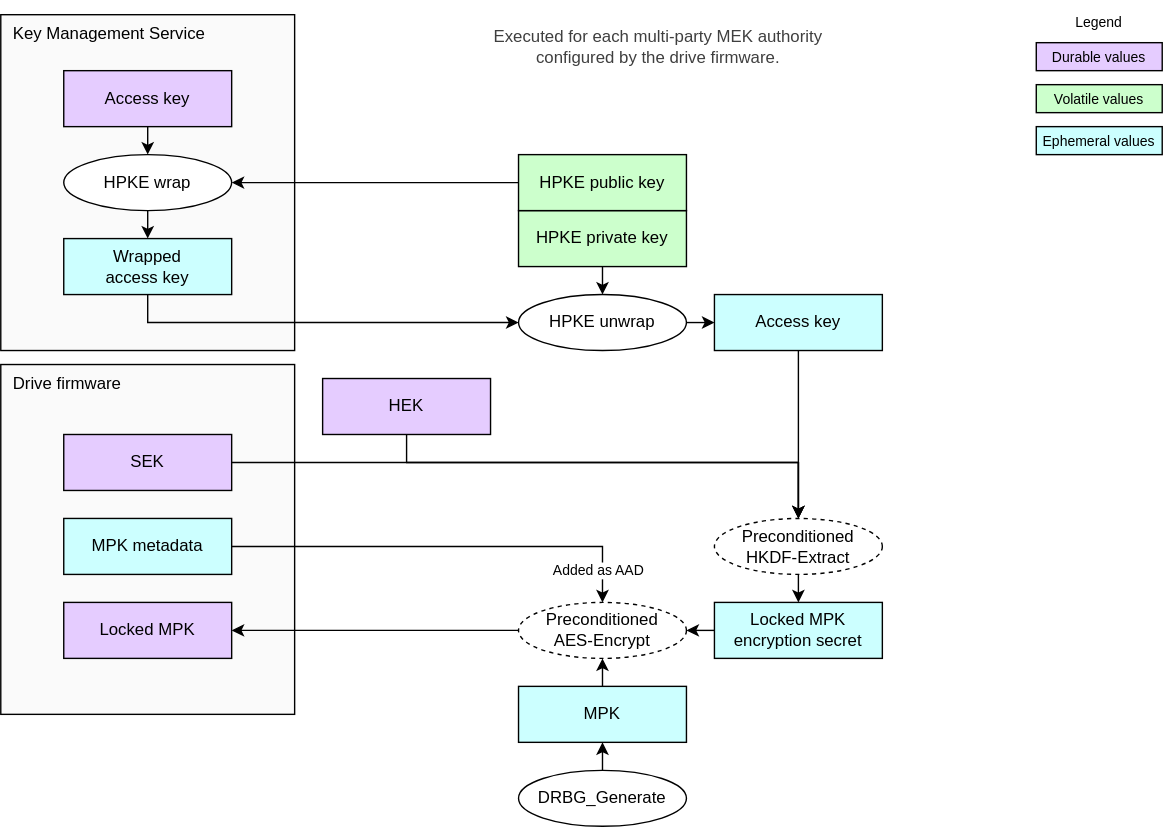
Above: doc/ocp_lock/diagrams/mpk_generate.drawio.svg in chipsalliance/Caliptra (draw.io), before the change. Source tidied: cells renumbered, new cells last; positions are measured from the earlier drawing's top-left corner, leaving out a move shared by most shapes.
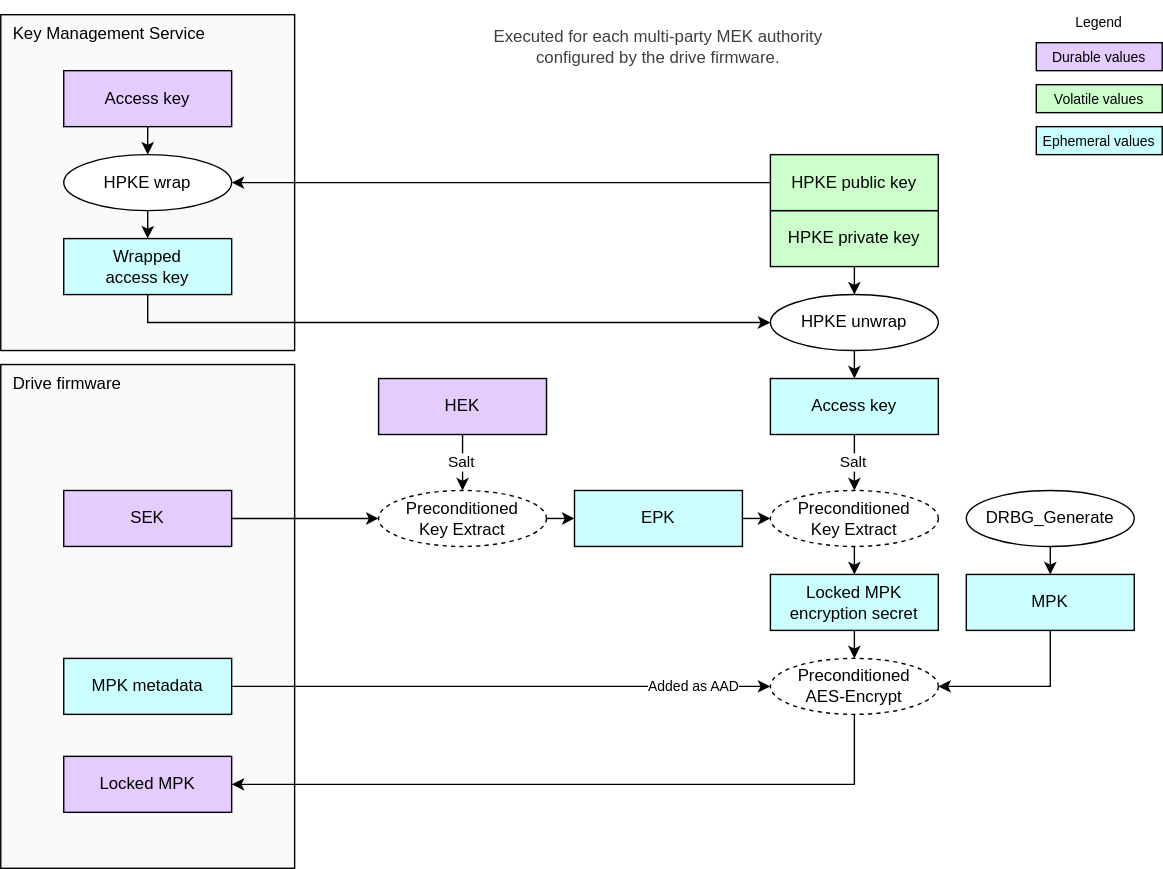
After the commit.

Change to the diagram source:
```diff
@@ -3,67 +3,54 @@
     <mxCell id="0" />
     <mxCell id="1" parent="0" />
     <mxCell id="2" value="Drive firmware" style="rounded=0;whiteSpace=wrap;html=1;fillColor=#FAFAFA;strokeColor=#000000;align=left;verticalAlign=top;spacingLeft=7;" parent="1" vertex="1">
-      <mxGeometry y="260" width="210" height="250" as="geometry" />
+      <mxGeometry y="260" width="210" height="360" as="geometry" />
     </mxCell>
     <mxCell id="3" value="Key Management Service" style="rounded=0;whiteSpace=wrap;html=1;fillColor=#FAFAFA;strokeColor=#000000;align=left;verticalAlign=top;spacingLeft=7;" parent="1" vertex="1">
       <mxGeometry y="10" width="210" height="240" as="geometry" />
     </mxCell>
     <mxCell id="4" value="&lt;div&gt;&lt;font color=&quot;#000000&quot;&gt;Locked MPK&lt;/font&gt;&lt;/div&gt;" style="rounded=0;whiteSpace=wrap;html=1;align=center;verticalAlign=middle;shadow=0;glass=0;spacingLeft=0;spacingBottom=0;spacingTop=0;fillColor=#E5CCFF;" parent="1" vertex="1">
-      <mxGeometry x="45" y="430" width="120" height="40" as="geometry" />
+      <mxGeometry x="45" y="540" width="120" height="40" as="geometry" />
     </mxCell>
+    <mxCell id="41" style="edgeStyle=none;html=1;entryX=0.5;entryY=0;entryDx=0;entryDy=0;exitX=0.5;exitY=1;exitDx=0;exitDy=0;" parent="1" edge="1" source="5" target="45">
+      <mxGeometry relative="1" as="geometry" />
+    </mxCell>
+    <mxCell id="42" value="Salt" style="edgeLabel;html=1;align=center;verticalAlign=middle;" parent="41" vertex="1">
+      <mxGeometry x="-0.05" y="-2" relative="1" as="geometry" />
+    </mxCell>
     <mxCell id="5" value="&lt;div&gt;&lt;font color=&quot;#000000&quot;&gt;HEK&lt;/font&gt;&lt;/div&gt;" style="rounded=0;whiteSpace=wrap;html=1;align=center;verticalAlign=middle;shadow=0;glass=0;spacingLeft=0;spacingBottom=0;spacingTop=0;fillColor=#E5CCFF;" parent="1" vertex="1">
-      <mxGeometry x="230" y="270" width="120" height="40" as="geometry" />
+      <mxGeometry x="270" y="270" width="120" height="40" as="geometry" />
     </mxCell>
-    <mxCell id="6" style="edgeStyle=none;html=1;exitX=0;exitY=0.5;exitDx=0;exitDy=0;entryX=1;entryY=0.5;entryDx=0;entryDy=0;" parent="1" edge="1" source="7" target="10">
+    <mxCell id="6" style="edgeStyle=none;html=1;exitX=0.5;exitY=1;exitDx=0;exitDy=0;entryX=0.5;entryY=0;entryDx=0;entryDy=0;" parent="1" edge="1" source="7" target="10">
       <mxGeometry relative="1" as="geometry" />
     </mxCell>
     <mxCell id="7" value="&lt;div&gt;&lt;font color=&quot;#000000&quot;&gt;Locked MPK encryption secret&lt;/font&gt;&lt;/div&gt;" style="rounded=0;whiteSpace=wrap;html=1;align=center;verticalAlign=middle;shadow=0;glass=0;spacingLeft=0;spacingBottom=0;spacingTop=0;fillColor=#CCFFFF;" parent="1" vertex="1">
-      <mxGeometry x="510" y="430" width="120" height="40" as="geometry" />
+      <mxGeometry x="550" y="410" width="120" height="40" as="geometry" />
     </mxCell>
     <mxCell id="8" value="&lt;div&gt;&lt;font color=&quot;#000000&quot;&gt;Access key&lt;/font&gt;&lt;/div&gt;" style="rounded=0;whiteSpace=wrap;html=1;align=center;verticalAlign=middle;shadow=0;glass=0;spacingLeft=0;spacingBottom=0;spacingTop=0;fillColor=#CCFFFF;" parent="1" vertex="1">
-      <mxGeometry x="510" y="210" width="120" height="40" as="geometry" />
+      <mxGeometry x="550" y="270" width="120" height="40" as="geometry" />
     </mxCell>
-    <mxCell id="9" value="Preconditioned&lt;div&gt;HKDF-Extract&lt;/div&gt;" style="ellipse;whiteSpace=wrap;html=1;fillColor=#FFFFFF;dashed=1;" parent="1" vertex="1">
-      <mxGeometry x="510" y="370" width="120" height="40" as="geometry" />
-    </mxCell>
     <mxCell id="10" value="Preconditioned&lt;div&gt;AES-Encrypt&lt;/div&gt;" style="ellipse;whiteSpace=wrap;html=1;fillColor=#FFFFFF;dashed=1;" parent="1" vertex="1">
-      <mxGeometry x="370" y="430" width="120" height="40" as="geometry" />
+      <mxGeometry x="550" y="470" width="120" height="40" as="geometry" />
     </mxCell>
-    <mxCell id="11" style="endArrow=none;html=1;exitX=1;exitY=0.5;exitDx=0;exitDy=0;entryX=0;entryY=0.5;entryDx=0;entryDy=0;startArrow=classic;startFill=1;endFill=0;endSize=6;startSize=6;" parent="1" edge="1" source="4" target="10">
+    <mxCell id="11" style="endArrow=none;html=1;exitX=1;exitY=0.5;exitDx=0;exitDy=0;entryX=0.5;entryY=1;entryDx=0;entryDy=0;startArrow=classic;startFill=1;endFill=0;endSize=6;startSize=6;rounded=0;edgeStyle=orthogonalEdgeStyle;" parent="1" edge="1" source="4" target="10">
       <mxGeometry relative="1" as="geometry" />
     </mxCell>
-    <mxCell id="12" style="endArrow=classic;html=1;exitX=0.5;exitY=1;exitDx=0;exitDy=0;endSize=6;startSize=6;edgeStyle=orthogonalEdgeStyle;rounded=0;curved=0;entryX=0.5;entryY=0;entryDx=0;entryDy=0;" parent="1" edge="1" source="8" target="9">
-      <mxGeometry relative="1" as="geometry">
-        <Array as="points">
-          <mxPoint x="570" y="350" />
-          <mxPoint x="570" y="350" />
-        </Array>
-      </mxGeometry>
-    </mxCell>
-    <mxCell id="13" style="endArrow=classic;html=1;exitX=0.5;exitY=1;exitDx=0;exitDy=0;entryX=0.5;entryY=0;entryDx=0;entryDy=0;endSize=6;startSize=6;" parent="1" edge="1" source="9" target="7">
+    <mxCell id="13" style="endArrow=classic;html=1;exitX=0.5;exitY=1;exitDx=0;exitDy=0;entryX=0.5;entryY=0;entryDx=0;entryDy=0;endSize=6;startSize=6;" parent="1" edge="1" source="48" target="7">
       <mxGeometry relative="1" as="geometry" />
     </mxCell>
     <mxCell id="14" value="&lt;div&gt;&lt;font color=&quot;#000000&quot;&gt;MPK&lt;/font&gt;&lt;/div&gt;" style="rounded=0;whiteSpace=wrap;html=1;align=center;verticalAlign=middle;shadow=0;glass=0;spacingLeft=0;spacingBottom=0;spacingTop=0;fillColor=#CCFFFF;" parent="1" vertex="1">
-      <mxGeometry x="370" y="490" width="120" height="40" as="geometry" />
+      <mxGeometry x="690" y="410" width="120" height="40" as="geometry" />
     </mxCell>
-    <mxCell id="15" style="endArrow=none;html=1;exitX=0.5;exitY=1;exitDx=0;exitDy=0;entryX=0.5;entryY=0;entryDx=0;entryDy=0;startArrow=classic;startFill=1;endFill=0;endSize=6;startSize=6;" parent="1" edge="1" source="10" target="14">
+    <mxCell id="15" style="endArrow=none;html=1;exitX=1;exitY=0.5;exitDx=0;exitDy=0;entryX=0.5;entryY=1;entryDx=0;entryDy=0;startArrow=classic;startFill=1;endFill=0;endSize=6;startSize=6;rounded=0;edgeStyle=orthogonalEdgeStyle;" parent="1" edge="1" source="10" target="14">
       <mxGeometry relative="1" as="geometry" />
     </mxCell>
-    <mxCell id="16" style="edgeStyle=segmentEdgeStyle;endArrow=classic;html=1;curved=0;rounded=0;endSize=6;startSize=6;exitX=0.5;exitY=1;exitDx=0;exitDy=0;entryX=0.5;entryY=0;entryDx=0;entryDy=0;" parent="1" edge="1" source="5" target="9">
-      <mxGeometry relative="1" as="geometry">
-        <Array as="points">
-          <mxPoint x="290" y="330" />
-          <mxPoint x="570" y="330" />
-        </Array>
-      </mxGeometry>
-    </mxCell>
     <mxCell id="17" value="&lt;div&gt;&lt;font color=&quot;#000000&quot;&gt;HPKE private key&lt;/font&gt;&lt;/div&gt;" style="rounded=0;whiteSpace=wrap;html=1;align=center;verticalAlign=middle;shadow=0;glass=0;spacingLeft=0;spacingBottom=0;spacingTop=0;fillColor=#CCFFCC;" parent="1" vertex="1">
-      <mxGeometry x="370" y="150" width="120" height="40" as="geometry" />
+      <mxGeometry x="550" y="150" width="120" height="40" as="geometry" />
     </mxCell>
     <mxCell id="18" value="HPKE unwrap" style="ellipse;whiteSpace=wrap;html=1;fillColor=#FFFFFF;" parent="1" vertex="1">
-      <mxGeometry x="370" y="210" width="120" height="40" as="geometry" />
+      <mxGeometry x="550" y="210" width="120" height="40" as="geometry" />
     </mxCell>
-    <mxCell id="19" style="endArrow=classic;html=1;exitX=1;exitY=0.5;exitDx=0;exitDy=0;endSize=6;startSize=6;" parent="1" edge="1" source="18" target="8">
+    <mxCell id="19" style="endArrow=classic;html=1;exitX=0.5;exitY=1;exitDx=0;exitDy=0;endSize=6;startSize=6;" parent="1" edge="1" source="18" target="8">
       <mxGeometry relative="1" as="geometry" />
     </mxCell>
     <mxCell id="20" value="&lt;div&gt;&lt;font color=&quot;#000000&quot;&gt;Wrapped&lt;/font&gt;&lt;/div&gt;&lt;div&gt;&lt;font color=&quot;#000000&quot;&gt;access key&lt;/font&gt;&lt;/div&gt;" style="rounded=0;whiteSpace=wrap;html=1;align=center;verticalAlign=middle;shadow=0;glass=0;spacingLeft=0;spacingBottom=0;spacingTop=0;fillColor=#CCFFFF;" parent="1" vertex="1">
@@ -73,7 +60,7 @@
       <mxGeometry x="45" y="110" width="120" height="40" as="geometry" />
     </mxCell>
     <mxCell id="22" value="&lt;div&gt;&lt;font color=&quot;#000000&quot;&gt;HPKE public key&lt;/font&gt;&lt;/div&gt;" style="rounded=0;whiteSpace=wrap;html=1;align=center;verticalAlign=middle;shadow=0;glass=0;spacingLeft=0;spacingBottom=0;spacingTop=0;fillColor=#CCFFCC;" parent="1" vertex="1">
-      <mxGeometry x="370" y="110" width="120" height="40" as="geometry" />
+      <mxGeometry x="550" y="110" width="120" height="40" as="geometry" />
     </mxCell>
     <mxCell id="23" style="endArrow=classic;html=1;rounded=0;endSize=6;startSize=6;exitX=0;exitY=0.5;exitDx=0;exitDy=0;entryX=1;entryY=0.5;entryDx=0;entryDy=0;" parent="1" edge="1" source="22" target="21">
       <mxGeometry relative="1" as="geometry" />
@@ -100,11 +87,11 @@
     <mxCell id="29" value="Legend" style="text;strokeColor=none;align=center;fillColor=none;html=1;verticalAlign=middle;whiteSpace=wrap;rounded=0;fontSize=10;" parent="1" vertex="1">
       <mxGeometry x="755" width="60" height="30" as="geometry" />
     </mxCell>
-    <mxCell id="30" style="edgeStyle=none;html=1;entryX=0.5;entryY=1;entryDx=0;entryDy=0;exitX=0.5;exitY=0;exitDx=0;exitDy=0;" parent="1" edge="1" source="31" target="14">
+    <mxCell id="30" style="edgeStyle=none;html=1;entryX=0.5;entryY=0;entryDx=0;entryDy=0;exitX=0.5;exitY=1;exitDx=0;exitDy=0;" parent="1" edge="1" source="31" target="14">
       <mxGeometry relative="1" as="geometry" />
     </mxCell>
     <mxCell id="31" value="DRBG_Generate" style="ellipse;whiteSpace=wrap;html=1;fillColor=#FFFFFF;" parent="1" vertex="1">
-      <mxGeometry x="370" y="550" width="120" height="40" as="geometry" />
+      <mxGeometry x="690" y="350" width="120" height="40" as="geometry" />
     </mxCell>
     <mxCell id="32" value="&lt;div&gt;&lt;font color=&quot;#000000&quot;&gt;Volatile values&lt;/font&gt;&lt;/div&gt;" style="rounded=0;whiteSpace=wrap;html=1;align=center;verticalAlign=middle;shadow=0;glass=0;spacingLeft=0;spacingBottom=0;spacingTop=0;fillColor=#CCFFCC;fontSize=10;" parent="1" vertex="1">
       <mxGeometry x="740" y="60" width="90" height="20" as="geometry" />
@@ -118,26 +105,43 @@
     <mxCell id="35" value="&lt;div style=&quot;color: rgb(63, 63, 63);&quot;&gt;Executed&lt;span style=&quot;background-color: transparent;&quot;&gt;&amp;nbsp;for&amp;nbsp;&lt;/span&gt;&lt;span style=&quot;background-color: transparent;&quot;&gt;each multi-party MEK authority configured by the drive firmware.&lt;/span&gt;&lt;/div&gt;" style="text;strokeColor=none;align=center;fillColor=none;html=1;verticalAlign=middle;whiteSpace=wrap;rounded=0;" parent="1" vertex="1">
       <mxGeometry x="340" y="10" width="260" height="45" as="geometry" />
     </mxCell>
+    <mxCell id="43" style="edgeStyle=none;html=1;exitX=1;exitY=0.5;exitDx=0;exitDy=0;entryX=0;entryY=0.5;entryDx=0;entryDy=0;" parent="1" edge="1" source="36" target="45">
+      <mxGeometry relative="1" as="geometry" />
+    </mxCell>
     <mxCell id="36" value="&lt;div&gt;&lt;font color=&quot;#000000&quot;&gt;SEK&lt;/font&gt;&lt;/div&gt;" style="rounded=0;whiteSpace=wrap;html=1;align=center;verticalAlign=middle;shadow=0;glass=0;spacingLeft=0;spacingBottom=0;spacingTop=0;fillColor=#E5CCFF;" parent="1" vertex="1">
-      <mxGeometry x="45" y="310" width="120" height="40" as="geometry" />
+      <mxGeometry x="45" y="350" width="120" height="40" as="geometry" />
     </mxCell>
-    <mxCell id="37" style="edgeStyle=orthogonalEdgeStyle;endArrow=classic;html=1;rounded=0;endSize=6;startSize=6;exitX=1;exitY=0.5;exitDx=0;exitDy=0;entryX=0.5;entryY=0;entryDx=0;entryDy=0;" parent="1" edge="1" source="36" target="9">
-      <mxGeometry relative="1" as="geometry">
-        <Array as="points">
-          <mxPoint x="570" y="330" />
-        </Array>
-      </mxGeometry>
-    </mxCell>
-    <mxCell id="38" style="edgeStyle=orthogonalEdgeStyle;html=1;exitX=1;exitY=0.5;exitDx=0;exitDy=0;entryX=0.5;entryY=0;entryDx=0;entryDy=0;rounded=0;" parent="1" edge="1" source="40" target="10">
+    <mxCell id="38" style="edgeStyle=orthogonalEdgeStyle;html=1;exitX=1;exitY=0.5;exitDx=0;exitDy=0;entryX=0;entryY=0.5;entryDx=0;entryDy=0;rounded=0;" parent="1" edge="1" source="40" target="10">
       <mxGeometry relative="1" as="geometry" />
     </mxCell>
     <mxCell id="39" value="Added as AAD" style="edgeLabel;html=1;align=center;verticalAlign=middle;fontSize=10;" parent="38" vertex="1">
       <mxGeometry x="0.84" relative="1" as="geometry">
-        <mxPoint x="-4" as="offset" />
+        <mxPoint x="-26" y="-1" as="offset" />
       </mxGeometry>
     </mxCell>
     <mxCell id="40" value="&lt;div&gt;&lt;font color=&quot;#000000&quot;&gt;MPK metadata&lt;/font&gt;&lt;/div&gt;" style="rounded=0;whiteSpace=wrap;html=1;align=center;verticalAlign=middle;shadow=0;glass=0;spacingLeft=0;spacingBottom=0;spacingTop=0;fillColor=#CCFFFF;" parent="1" vertex="1">
-      <mxGeometry x="45" y="370" width="120" height="40" as="geometry" />
+      <mxGeometry x="45" y="470" width="120" height="40" as="geometry" />
     </mxCell>
+    <mxCell id="44" style="edgeStyle=none;html=1;exitX=1;exitY=0.5;exitDx=0;exitDy=0;entryX=0;entryY=0.5;entryDx=0;entryDy=0;" parent="1" edge="1" source="45" target="47">
+      <mxGeometry relative="1" as="geometry" />
+    </mxCell>
+    <mxCell id="45" value="&lt;span style=&quot;color: rgb(0, 0, 0);&quot;&gt;Preconditioned&lt;/span&gt;&lt;div&gt;Key Extract&lt;/div&gt;" style="ellipse;whiteSpace=wrap;html=1;fillColor=#FFFFFF;dashed=1;" parent="1" vertex="1">
+      <mxGeometry x="270" y="350" width="120" height="40" as="geometry" />
+    </mxCell>
+    <mxCell id="46" style="edgeStyle=none;html=1;exitX=1;exitY=0.5;exitDx=0;exitDy=0;entryX=0;entryY=0.5;entryDx=0;entryDy=0;" parent="1" edge="1" source="47" target="48">
+      <mxGeometry relative="1" as="geometry" />
+    </mxCell>
+    <mxCell id="47" value="&lt;div&gt;&lt;font color=&quot;#000000&quot;&gt;EPK&lt;/font&gt;&lt;/div&gt;" style="rounded=0;whiteSpace=wrap;html=1;align=center;verticalAlign=middle;shadow=0;glass=0;spacingLeft=0;spacingBottom=0;spacingTop=0;fillColor=#CCFFFF;" parent="1" vertex="1">
+      <mxGeometry x="410" y="350" width="120" height="40" as="geometry" />
+    </mxCell>
+    <mxCell id="48" value="&lt;span style=&quot;color: rgb(0, 0, 0);&quot;&gt;Preconditioned&lt;/span&gt;&lt;div&gt;Key Extract&lt;/div&gt;" style="ellipse;whiteSpace=wrap;html=1;fillColor=#FFFFFF;dashed=1;" parent="1" vertex="1">
+      <mxGeometry x="550" y="350" width="120" height="40" as="geometry" />
+    </mxCell>
+    <mxCell id="49" style="edgeStyle=none;html=1;entryX=0.5;entryY=0;entryDx=0;entryDy=0;exitX=0.5;exitY=1;exitDx=0;exitDy=0;" parent="1" edge="1" source="8" target="48">
+      <mxGeometry relative="1" as="geometry" />
+    </mxCell>
+    <mxCell id="50" value="Salt" style="edgeLabel;html=1;align=center;verticalAlign=middle;" parent="49" vertex="1">
+      <mxGeometry x="-0.05" y="-2" relative="1" as="geometry" />
+    </mxCell>
   </root>
 </mxGraphModel>
```
